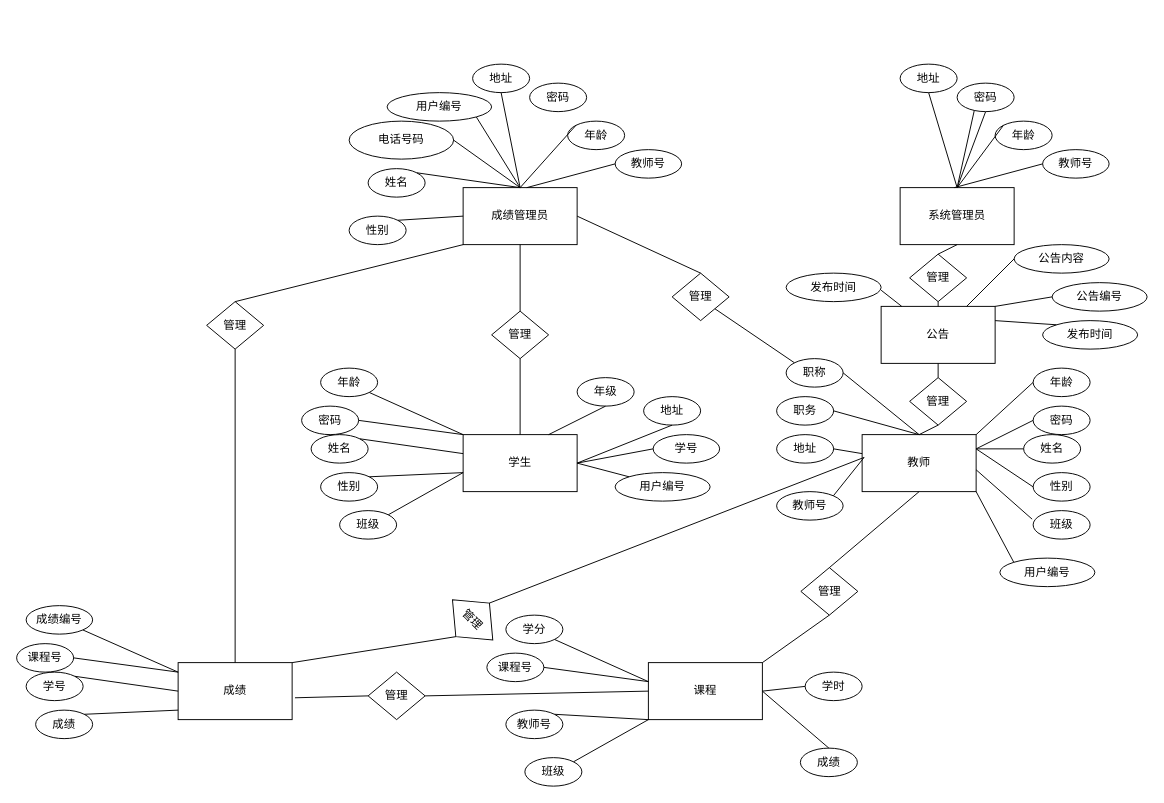
Above: 系统E-R图.drawio in creazy412/none (draw.io), before the change. Source tidied: cells renumbered, new cells numbered last; positions are measured from the earlier drawing's top-left corner, leaving out a move shared by most shapes. Both pictures are drawn from the tidied source at 95%, with x=0, y=0 at pixel (16, 64).
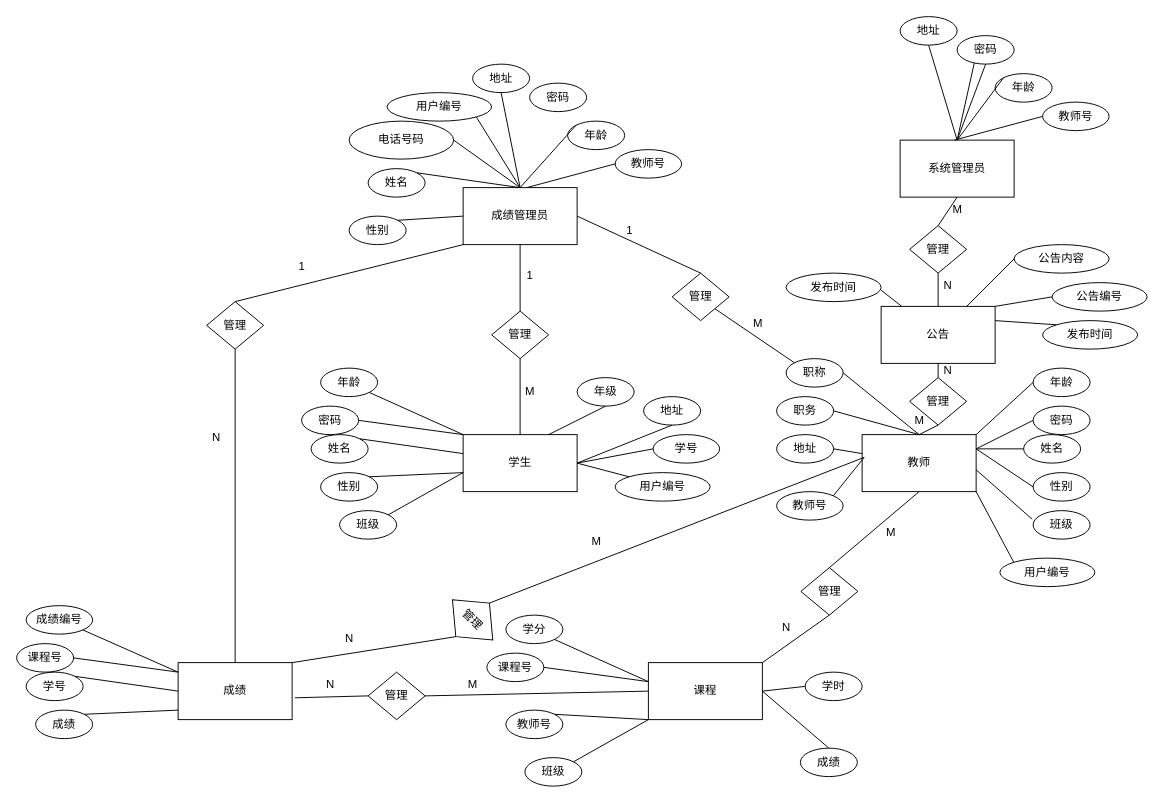
After the change.

Commit message:
更新系统E-R图.drawio

Diff of the diagram source:
```diff
@@
     <mxCell id="13" style="endArrow=none;html=1;rounded=0;entryX=0.5;entryY=1;entryDx=0;entryDy=0;" parent="1" edge="1">
       <mxGeometry relative="1" as="geometry">
-        <mxPoint x="990" y="130" as="sourcePoint" />
-        <mxPoint x="1010" y="40" as="targetPoint" />
+        <mxPoint x="990" y="80" as="sourcePoint" />
+        <mxPoint x="1010" y="-10" as="targetPoint" />
       </mxGeometry>
     </mxCell>
@@
     <mxCell id="20" value="系统管理员" style="rounded=0;whiteSpace=wrap;html=1;" parent="1" vertex="1">
-      <mxGeometry x="930" y="130" width="120" height="60" as="geometry" />
+      <mxGeometry x="930" y="80" width="120" height="60" as="geometry" />
     </mxCell>
@@
     <mxCell id="29" value="地址" style="ellipse;whiteSpace=wrap;html=1;" parent="1" vertex="1">
-      <mxGeometry x="930" width="60" height="30" as="geometry" />
+      <mxGeometry x="930" y="-50" width="60" height="30" as="geometry" />
     </mxCell>
     <mxCell id="30" value="密码" style="ellipse;whiteSpace=wrap;html=1;" parent="1" vertex="1">
-      <mxGeometry x="990" y="20" width="60" height="30" as="geometry" />
+      <mxGeometry x="990" y="-30" width="60" height="30" as="geometry" />
     </mxCell>
     <mxCell id="31" value="年龄" style="ellipse;whiteSpace=wrap;html=1;" parent="1" vertex="1">
-      <mxGeometry x="1030" y="60" width="60" height="30" as="geometry" />
+      <mxGeometry x="1030" y="10" width="60" height="30" as="geometry" />
     </mxCell>
     <mxCell id="32" style="endArrow=none;html=1;rounded=0;entryX=0.5;entryY=1;entryDx=0;entryDy=0;" parent="1" edge="1" target="29">
       <mxGeometry relative="1" as="geometry">
-        <mxPoint x="990" y="130" as="sourcePoint" />
+        <mxPoint x="990" y="80" as="sourcePoint" />
       </mxGeometry>
     </mxCell>
@@
     <mxCell id="34" style="endArrow=none;html=1;rounded=0;entryX=0;entryY=0;entryDx=0;entryDy=0;" parent="1" edge="1" target="31">
       <mxGeometry relative="1" as="geometry">
-        <mxPoint x="990" y="130" as="sourcePoint" />
+        <mxPoint x="990" y="80" as="sourcePoint" />
       </mxGeometry>
     </mxCell>
     <mxCell id="35" value="教师号" style="ellipse;whiteSpace=wrap;html=1;" parent="1" vertex="1">
-      <mxGeometry x="1080" y="90" width="70" height="30" as="geometry" />
+      <mxGeometry x="1080" y="40" width="70" height="30" as="geometry" />
     </mxCell>
     <mxCell id="36" style="endArrow=none;html=1;rounded=0;entryX=0;entryY=0.5;entryDx=0;entryDy=0;exitX=0.558;exitY=0;exitDx=0;exitDy=0;exitPerimeter=0;" parent="1" edge="1" target="35">
       <mxGeometry relative="1" as="geometry">
-        <mxPoint x="987" y="130" as="sourcePoint" />
+        <mxPoint x="987" y="80" as="sourcePoint" />
       </mxGeometry>
     </mxCell>
@@
     <mxCell id="99" value="管理" style="rhombus;whiteSpace=wrap;html=1;" parent="1" vertex="1">
-      <mxGeometry x="940" y="200" width="60" height="50" as="geometry" />
+      <mxGeometry x="940" y="170" width="60" height="50" as="geometry" />
     </mxCell>
@@
+    <mxCell id="123" value="1" style="text;html=1;align=center;verticalAlign=middle;strokeColor=none;fillColor=none;" parent="1" vertex="1">
+      <mxGeometry x="630" y="160" width="30" height="30" as="geometry" />
+    </mxCell>
+    <mxCell id="124" value="M" style="text;html=1;align=center;verticalAlign=middle;strokeColor=none;fillColor=none;" parent="1" vertex="1">
+      <mxGeometry x="765" y="258" width="30" height="30" as="geometry" />
+    </mxCell>
+    <mxCell id="125" value="M" style="text;html=1;align=center;verticalAlign=middle;strokeColor=none;fillColor=none;" parent="1" vertex="1">
+      <mxGeometry x="935" y="360" width="30" height="30" as="geometry" />
+    </mxCell>
+    <mxCell id="126" value="N" style="text;html=1;align=center;verticalAlign=middle;strokeColor=none;fillColor=none;" parent="1" vertex="1">
+      <mxGeometry x="965" y="308" width="30" height="30" as="geometry" />
+    </mxCell>
+    <mxCell id="127" value="M" style="text;html=1;align=center;verticalAlign=middle;strokeColor=none;fillColor=none;" parent="1" vertex="1">
+      <mxGeometry x="975" y="138" width="30" height="30" as="geometry" />
+    </mxCell>
+    <mxCell id="128" value="N" style="text;html=1;align=center;verticalAlign=middle;strokeColor=none;fillColor=none;" parent="1" vertex="1">
+      <mxGeometry x="965" y="218" width="30" height="30" as="geometry" />
+    </mxCell>
+    <mxCell id="129" value="M" style="text;html=1;align=center;verticalAlign=middle;strokeColor=none;fillColor=none;" parent="1" vertex="1">
+      <mxGeometry x="905" y="478" width="30" height="30" as="geometry" />
+    </mxCell>
+    <mxCell id="130" value="N" style="text;html=1;align=center;verticalAlign=middle;strokeColor=none;fillColor=none;" parent="1" vertex="1">
+      <mxGeometry x="795" y="578" width="30" height="30" as="geometry" />
+    </mxCell>
+    <mxCell id="131" value="M" style="text;html=1;align=center;verticalAlign=middle;strokeColor=none;fillColor=none;" parent="1" vertex="1">
+      <mxGeometry x="595" y="488" width="30" height="30" as="geometry" />
+    </mxCell>
+    <mxCell id="132" value="N" style="text;html=1;align=center;verticalAlign=middle;strokeColor=none;fillColor=none;" parent="1" vertex="1">
+      <mxGeometry x="335" y="590" width="30" height="30" as="geometry" />
+    </mxCell>
+    <mxCell id="133" value="1" style="text;html=1;align=center;verticalAlign=middle;strokeColor=none;fillColor=none;" parent="1" vertex="1">
+      <mxGeometry x="285" y="198" width="30" height="30" as="geometry" />
+    </mxCell>
+    <mxCell id="134" value="N" style="text;html=1;align=center;verticalAlign=middle;strokeColor=none;fillColor=none;" parent="1" vertex="1">
+      <mxGeometry x="195" y="378" width="30" height="30" as="geometry" />
+    </mxCell>
+    <mxCell id="135" value="1" style="text;html=1;align=center;verticalAlign=middle;strokeColor=none;fillColor=none;" parent="1" vertex="1">
+      <mxGeometry x="525" y="208" width="30" height="30" as="geometry" />
+    </mxCell>
+    <mxCell id="136" value="M" style="text;html=1;align=center;verticalAlign=middle;strokeColor=none;fillColor=none;" parent="1" vertex="1">
+      <mxGeometry x="525" y="330" width="30" height="30" as="geometry" />
+    </mxCell>
+    <mxCell id="137" value="M" style="text;html=1;align=center;verticalAlign=middle;strokeColor=none;fillColor=none;" parent="1" vertex="1">
+      <mxGeometry x="465" y="638" width="30" height="30" as="geometry" />
+    </mxCell>
+    <mxCell id="138" value="N" style="text;html=1;align=center;verticalAlign=middle;strokeColor=none;fillColor=none;" parent="1" vertex="1">
+      <mxGeometry x="315" y="638" width="30" height="30" as="geometry" />
+    </mxCell>
```
